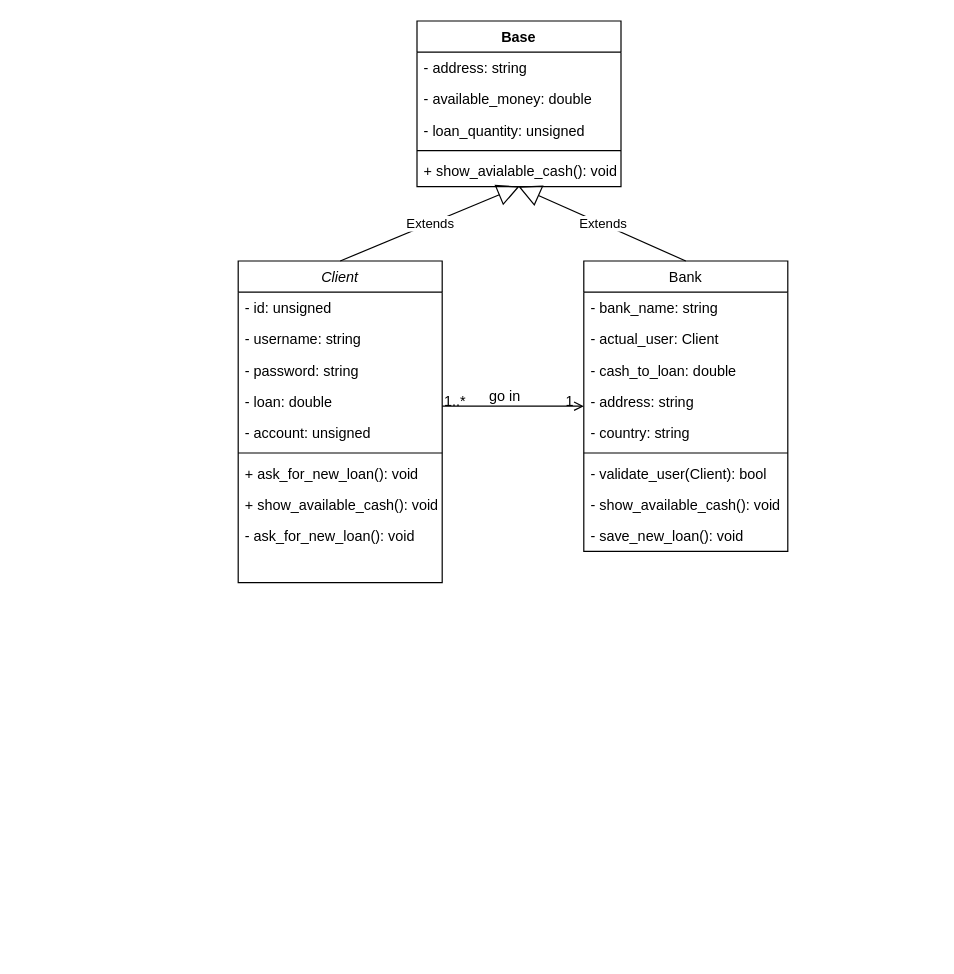
Before: page "UML" (1 of 2) of init-design.drawio in djose1164/bank-management-system, a draw.io diagram. Source tidied: cells renumbered, new cells numbered last; positions are measured from the earlier drawing's top-left corner, leaving out a move shared by most shapes. Both pictures are drawn from the tidied source at 120%, with x=0, y=0 at pixel (238, 20).
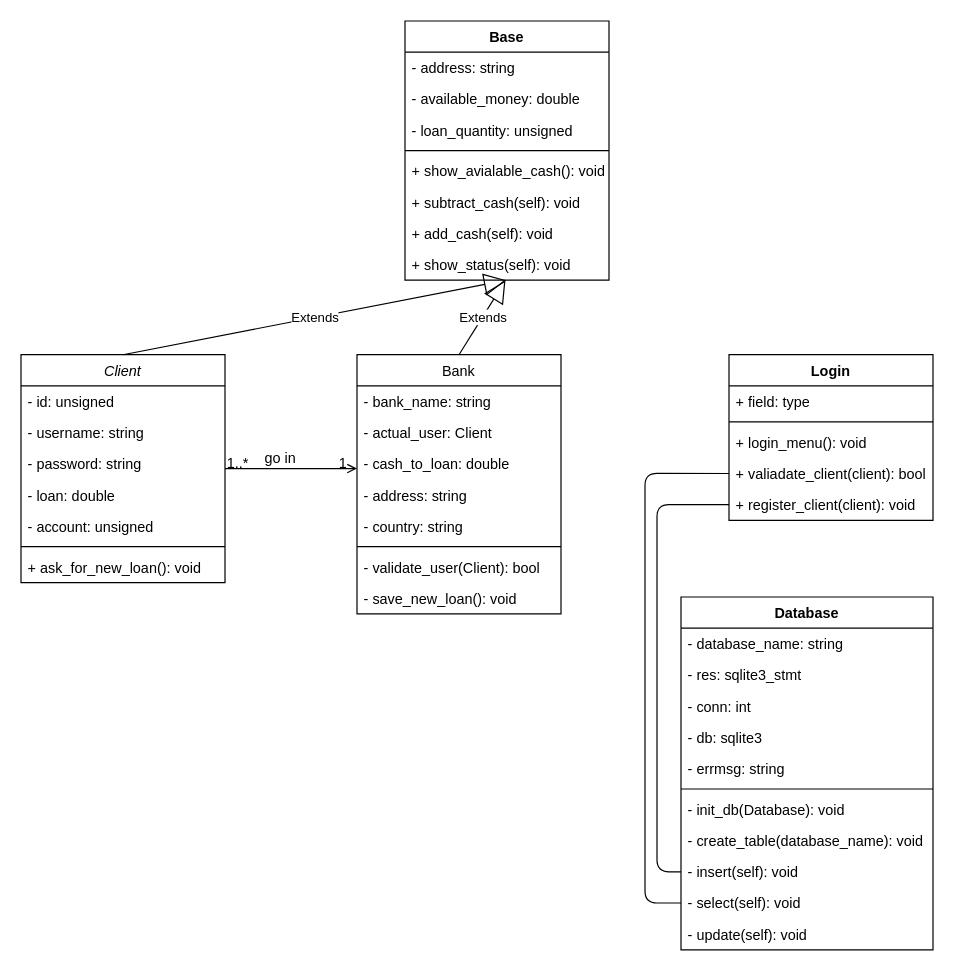
After the change.

Commit message (it also covers changes not shown here):
Some changes to design and database.

The change refers to these unchanged cells:
```xml
<mxCell id="31" value="+ show_avialable_cash(): void" style="text;strokeColor=none;fillColor=none;align=left;verticalAlign=top;spacingLeft=4;spacingRight=4;overflow=hidden;points=[[0,0.5],[1,0.5]];portConstraint=eastwest;" parent="26" vertex="1">
  <mxGeometry y="112" width="170" height="26" as="geometry" />
</mxCell>
```

Change to the diagram source:
```diff
@@
     <mxCell id="2" value="Client" style="swimlane;fontStyle=2;align=center;verticalAlign=top;horizontal=1;startSize=26;rounded=0;shadow=0;strokeWidth=1;" parent="1" vertex="1">
-      <mxGeometry y="200" width="170" height="268" as="geometry" />
+      <mxGeometry x="-181" y="278.1" width="170" height="190" as="geometry" />
     </mxCell>
@@
-    <mxCell id="10" value="+ show_available_cash(): void" style="text;align=left;verticalAlign=top;spacingLeft=4;spacingRight=4;overflow=hidden;" parent="2" vertex="1">
-      <mxGeometry y="190" width="170" height="26" as="geometry" />
-    </mxCell>
-    <mxCell id="11" value="- ask_for_new_loan(): void" style="text;align=left;verticalAlign=top;spacingLeft=4;spacingRight=4;overflow=hidden;" parent="2" vertex="1">
-      <mxGeometry y="216" width="170" height="26" as="geometry" />
-    </mxCell>
     <mxCell id="12" value="Bank" style="swimlane;fontStyle=0;align=center;verticalAlign=top;horizontal=1;startSize=26;rounded=0;shadow=0;strokeWidth=1;" parent="1" vertex="1">
-      <mxGeometry x="288" y="200" width="170" height="242" as="geometry" />
+      <mxGeometry x="99" y="278.1" width="170" height="216" as="geometry" />
     </mxCell>
@@
-    <mxCell id="20" value="- show_available_cash(): void" style="text;align=left;verticalAlign=top;spacingLeft=4;spacingRight=4;overflow=hidden;" parent="12" vertex="1">
-      <mxGeometry y="190" width="170" height="26" as="geometry" />
-    </mxCell>
     <mxCell id="21" value="- save_new_loan(): void" style="text;align=left;verticalAlign=top;spacingLeft=4;spacingRight=4;overflow=hidden;" parent="12" vertex="1">
-      <mxGeometry y="216" width="170" height="26" as="geometry" />
+      <mxGeometry y="190" width="170" height="26" as="geometry" />
     </mxCell>
@@
     <mxCell id="26" value="Base" style="swimlane;fontStyle=1;align=center;verticalAlign=top;horizontal=1;startSize=26;" parent="1" vertex="1">
-      <mxGeometry x="149" width="170" height="138" as="geometry" />
+      <mxGeometry x="139" width="170" height="216" as="geometry" />
     </mxCell>
@@
+    <mxCell id="34" value="+ subtract_cash(self): void" style="text;strokeColor=none;fillColor=none;align=left;verticalAlign=top;spacingLeft=4;spacingRight=4;overflow=hidden;" parent="26" vertex="1">
+      <mxGeometry y="138" width="170" height="26" as="geometry" />
+    </mxCell>
+    <mxCell id="35" value="+ add_cash(self): void" style="text;strokeColor=none;fillColor=none;align=left;verticalAlign=top;spacingLeft=4;spacingRight=4;overflow=hidden;" parent="26" vertex="1">
+      <mxGeometry y="164" width="170" height="26" as="geometry" />
+    </mxCell>
+    <mxCell id="36" value="+ show_status(self): void" style="text;strokeColor=none;fillColor=none;align=left;verticalAlign=top;spacingLeft=4;spacingRight=4;overflow=hidden;" parent="26" vertex="1">
+      <mxGeometry y="190" width="170" height="26" as="geometry" />
+    </mxCell>
-    <mxCell id="32" value="Extends" style="endArrow=block;endSize=16;endFill=0;html=1;entryX=0.502;entryY=0.996;entryDx=0;entryDy=0;entryPerimeter=0;exitX=0.5;exitY=0;exitDx=0;exitDy=0;" parent="1" edge="1" source="2" target="31">
-      <mxGeometry relative="1" as="geometry" />
+    <mxCell id="32" value="Extends" style="endArrow=block;endSize=16;endFill=0;html=1;entryX=0.502;entryY=0.996;entryDx=0;entryDy=0;entryPerimeter=0;exitX=0.5;exitY=0;exitDx=0;exitDy=0;" parent="1" edge="1" source="2">
+      <mxGeometry relative="1" as="geometry">
+        <mxPoint x="223.3" y="216" as="targetPoint" />
+      </mxGeometry>
     </mxCell>
-    <mxCell id="33" value="Extends" style="endArrow=block;endSize=16;endFill=0;html=1;entryX=0.498;entryY=1.002;entryDx=0;entryDy=0;entryPerimeter=0;exitX=0.5;exitY=0;exitDx=0;exitDy=0;" parent="1" edge="1" source="12" target="31">
-      <mxGeometry relative="1" as="geometry" />
+    <mxCell id="33" value="Extends" style="endArrow=block;endSize=16;endFill=0;html=1;entryX=0.498;entryY=1.002;entryDx=0;entryDy=0;entryPerimeter=0;exitX=0.5;exitY=0;exitDx=0;exitDy=0;" parent="1" edge="1" source="12">
+      <mxGeometry relative="1" as="geometry">
+        <mxPoint x="222.7" y="216.2" as="targetPoint" />
+      </mxGeometry>
     </mxCell>
+    <mxCell id="37" value="Login" style="swimlane;fontStyle=1;align=center;verticalAlign=top;horizontal=1;startSize=26;" parent="1" vertex="1">
+      <mxGeometry x="409" y="278.1" width="170" height="138" as="geometry" />
+    </mxCell>
+    <mxCell id="38" value="+ field: type" style="text;strokeColor=none;fillColor=none;align=left;verticalAlign=top;spacingLeft=4;spacingRight=4;overflow=hidden;" parent="37" vertex="1">
+      <mxGeometry y="26" width="170" height="26" as="geometry" />
+    </mxCell>
+    <mxCell id="39" style="line;strokeWidth=1;fillColor=none;align=left;verticalAlign=middle;spacingTop=-1;spacingLeft=3;spacingRight=3;labelPosition=right;" parent="37" vertex="1">
+      <mxGeometry y="52" width="170" height="8" as="geometry" />
+    </mxCell>
+    <mxCell id="40" value="+ login_menu(): void" style="text;strokeColor=none;fillColor=none;align=left;verticalAlign=top;spacingLeft=4;spacingRight=4;overflow=hidden;" parent="37" vertex="1">
+      <mxGeometry y="60" width="170" height="26" as="geometry" />
+    </mxCell>
+    <mxCell id="41" value="+ valiadate_client(client): bool" style="text;strokeColor=none;fillColor=none;align=left;verticalAlign=top;spacingLeft=4;spacingRight=4;overflow=hidden;points=[[0,0.5],[1,0.5]];portConstraint=eastwest;" parent="37" vertex="1">
+      <mxGeometry y="86" width="170" height="26" as="geometry" />
+    </mxCell>
+    <mxCell id="42" value="+ register_client(client): void" style="text;strokeColor=none;fillColor=none;align=left;verticalAlign=top;spacingLeft=4;spacingRight=4;overflow=hidden;points=[[0,0.5],[1,0.5]];portConstraint=eastwest;" parent="37" vertex="1">
+      <mxGeometry y="112" width="170" height="26" as="geometry" />
+    </mxCell>
+    <mxCell id="43" value="Database" style="swimlane;fontStyle=1;align=center;verticalAlign=top;horizontal=1;startSize=26;" parent="1" vertex="1">
+      <mxGeometry x="369" y="480" width="210" height="294" as="geometry" />
+    </mxCell>
+    <mxCell id="44" value="- database_name: string" style="text;strokeColor=none;fillColor=none;align=left;verticalAlign=top;spacingLeft=4;spacingRight=4;overflow=hidden;" parent="43" vertex="1">
+      <mxGeometry y="26" width="210" height="26" as="geometry" />
+    </mxCell>
+    <mxCell id="45" value="- res: sqlite3_stmt" style="text;strokeColor=none;fillColor=none;align=left;verticalAlign=top;spacingLeft=4;spacingRight=4;overflow=hidden;" parent="43" vertex="1">
+      <mxGeometry y="52" width="210" height="26" as="geometry" />
+    </mxCell>
+    <mxCell id="46" value="- conn: int" style="text;strokeColor=none;fillColor=none;align=left;verticalAlign=top;spacingLeft=4;spacingRight=4;overflow=hidden;" parent="43" vertex="1">
+      <mxGeometry y="78" width="210" height="26" as="geometry" />
+    </mxCell>
+    <mxCell id="47" value="- db: sqlite3" style="text;strokeColor=none;fillColor=none;align=left;verticalAlign=top;spacingLeft=4;spacingRight=4;overflow=hidden;" parent="43" vertex="1">
+      <mxGeometry y="104" width="210" height="26" as="geometry" />
+    </mxCell>
+    <mxCell id="48" value="- errmsg: string" style="text;strokeColor=none;fillColor=none;align=left;verticalAlign=top;spacingLeft=4;spacingRight=4;overflow=hidden;" parent="43" vertex="1">
+      <mxGeometry y="130" width="210" height="26" as="geometry" />
+    </mxCell>
+    <mxCell id="49" style="line;strokeWidth=1;fillColor=none;align=left;verticalAlign=middle;spacingTop=-1;spacingLeft=3;spacingRight=3;labelPosition=right;" parent="43" vertex="1">
+      <mxGeometry y="156" width="210" height="8" as="geometry" />
+    </mxCell>
+    <mxCell id="50" value="- init_db(Database): void" style="text;strokeColor=none;fillColor=none;align=left;verticalAlign=top;spacingLeft=4;spacingRight=4;overflow=hidden;" parent="43" vertex="1">
+      <mxGeometry y="164" width="210" height="26" as="geometry" />
+    </mxCell>
+    <mxCell id="51" value="- create_table(database_name): void" style="text;strokeColor=none;fillColor=none;align=left;verticalAlign=top;spacingLeft=4;spacingRight=4;overflow=hidden;" parent="43" vertex="1">
+      <mxGeometry y="190" width="210" height="26" as="geometry" />
+    </mxCell>
+    <mxCell id="52" value="- insert(self): void" style="text;strokeColor=none;fillColor=none;align=left;verticalAlign=top;spacingLeft=4;spacingRight=4;overflow=hidden;points=[[0,0.5],[1,0.5]];portConstraint=eastwest;" parent="43" vertex="1">
+      <mxGeometry y="216" width="210" height="26" as="geometry" />
+    </mxCell>
+    <mxCell id="53" value="- select(self): void" style="text;strokeColor=none;fillColor=none;align=left;verticalAlign=top;spacingLeft=4;spacingRight=4;overflow=hidden;points=[[0,0.5],[1,0.5]];portConstraint=eastwest;" parent="43" vertex="1">
+      <mxGeometry y="242" width="210" height="26" as="geometry" />
+    </mxCell>
+    <mxCell id="54" value="- update(self): void" style="text;strokeColor=none;fillColor=none;align=left;verticalAlign=top;spacingLeft=4;spacingRight=4;overflow=hidden;" parent="43" vertex="1">
+      <mxGeometry y="268" width="210" height="26" as="geometry" />
+    </mxCell>
+    <mxCell id="55" style="endArrow=none;html=1;entryX=0;entryY=0.5;entryDx=0;entryDy=0;exitX=0;exitY=0.5;exitDx=0;exitDy=0;" parent="1" edge="1" source="53" target="41">
+      <mxGeometry relative="1" as="geometry">
+        <Array as="points">
+          <mxPoint x="339" y="735" />
+          <mxPoint x="339" y="377" />
+        </Array>
+      </mxGeometry>
+    </mxCell>
+    <mxCell id="56" style="endArrow=none;html=1;exitX=0;exitY=0.5;exitDx=0;exitDy=0;entryX=0;entryY=0.5;entryDx=0;entryDy=0;" parent="1" edge="1" source="52" target="42">
+      <mxGeometry relative="1" as="geometry">
+        <Array as="points">
+          <mxPoint x="349" y="709" />
+          <mxPoint x="349" y="403" />
+        </Array>
+      </mxGeometry>
+    </mxCell>
```
